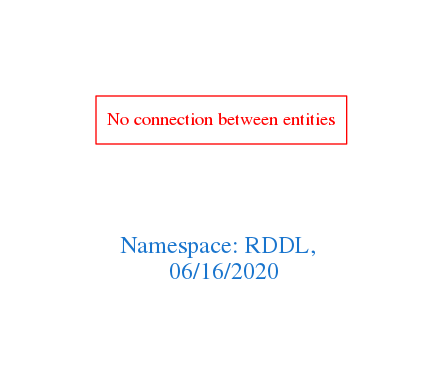
Above: downloads/RDDL.png in arago/OGIT (Graphviz), before the change. Its source is kept beside it as downloads/RDDL.dot.
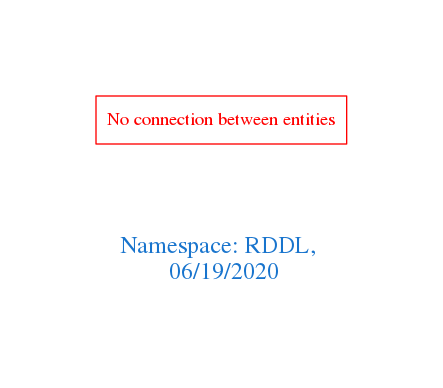
Above is the later version.

Change to the diagram source:
```diff
@@ -1,7 +1,7 @@
 digraph OGIT_ontology {
  graph [ rankdir= LR,pad=1
 fontsize = 18,
-fontcolor= dodgerblue3,label = "\n\n\nNamespace: RDDL, \n 06/16/2020"];
+fontcolor= dodgerblue3,label = "\n\n\nNamespace: RDDL, \n 06/19/2020"];
 node[shape=polygon];
 edge [  color="gray81"];
 
```
